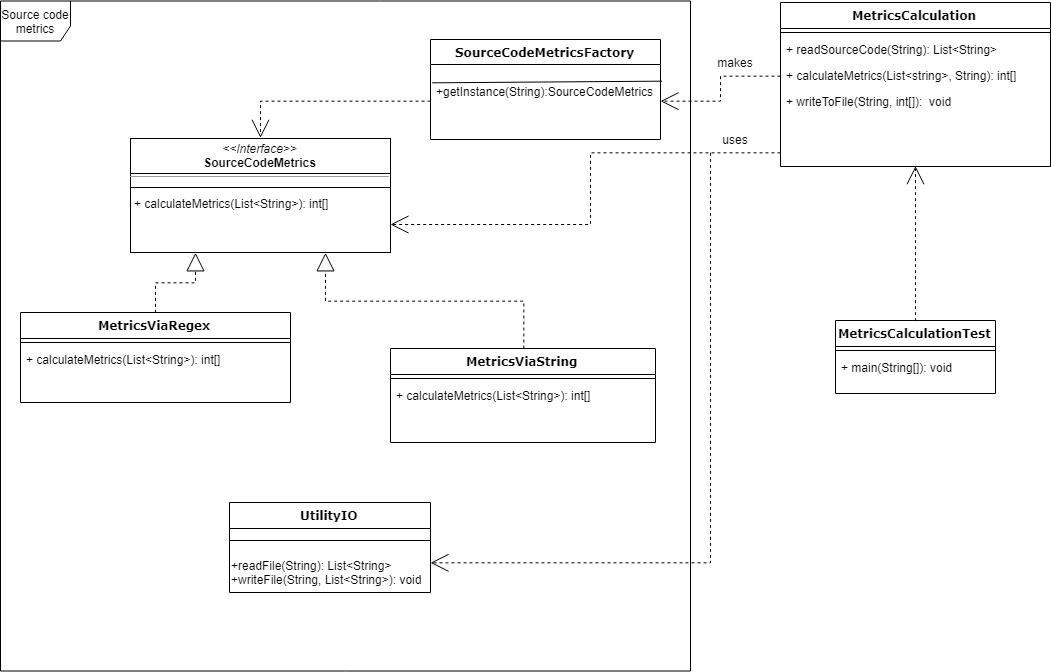
This is images/class_diagram.png from nantoniou/SEIP-Lab-Exercises, a draw.io export, as it was before one commit. Source tidied: cells renumbered, new cells last; positions are measured from the earlier drawing's top-left corner, leaving out a move shared by most shapes.
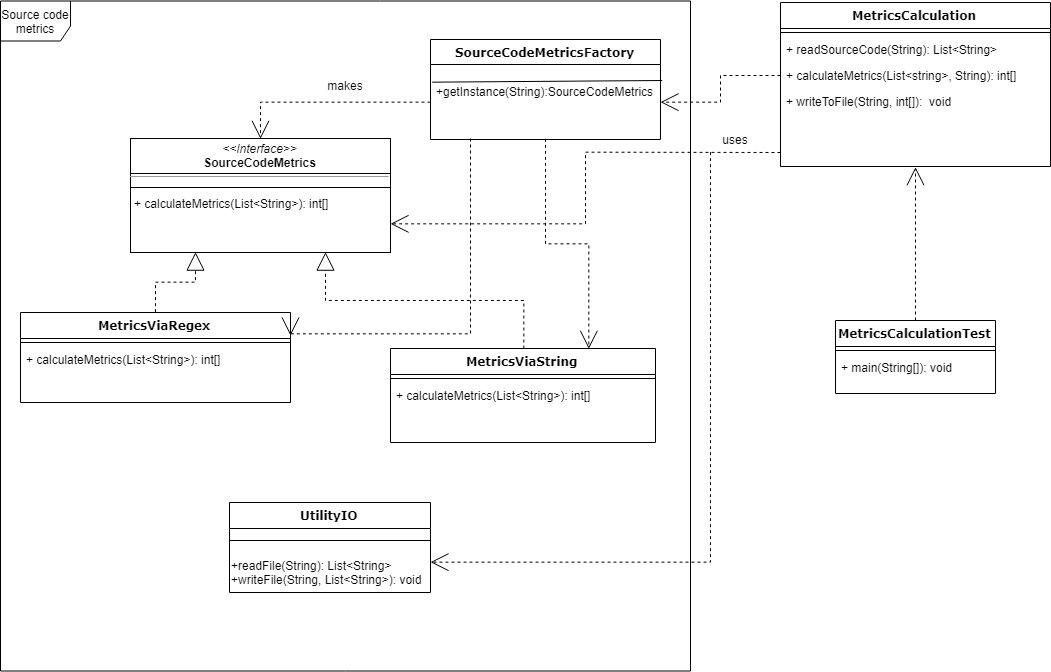
The same diagram one commit later.

Commit message:
Update class diagram

Diff of the diagram source:
```diff
@@ -101,17 +101,23 @@
     <mxCell id="32" style="edgeStyle=orthogonalEdgeStyle;rounded=0;html=1;dashed=1;labelBackgroundColor=none;startArrow=none;startFill=0;startSize=8;endArrow=open;endFill=0;endSize=16;fontFamily=Verdana;fontSize=12;entryX=1;entryY=0.75;entryDx=0;entryDy=0;" parent="1" edge="1" target="21">
       <mxGeometry relative="1" as="geometry">
         <mxPoint x="780" y="152" as="sourcePoint" />
-        <Array as="points">
-          <mxPoint x="590" y="152" />
-          <mxPoint x="590" y="224" />
-        </Array>
       </mxGeometry>
     </mxCell>
     <mxCell id="33" value="makes&lt;br&gt;" style="text;html=1;strokeColor=none;fillColor=none;align=center;verticalAlign=middle;whiteSpace=wrap;rounded=0;" parent="1" vertex="1">
-      <mxGeometry x="715" y="52" width="40" height="20" as="geometry" />
+      <mxGeometry x="325" y="75" width="40" height="20" as="geometry" />
     </mxCell>
     <mxCell id="34" value="uses" style="text;html=1;strokeColor=none;fillColor=none;align=center;verticalAlign=middle;whiteSpace=wrap;rounded=0;" parent="1" vertex="1">
       <mxGeometry x="710" y="129" width="50" height="20" as="geometry" />
     </mxCell>
+    <mxCell id="35" style="edgeStyle=orthogonalEdgeStyle;rounded=0;html=1;dashed=1;labelBackgroundColor=none;startArrow=none;startFill=0;startSize=8;endArrow=open;endFill=0;endSize=16;fontFamily=Verdana;fontSize=12;entryX=0.75;entryY=0;entryDx=0;entryDy=0;exitX=0.5;exitY=1.014;exitDx=0;exitDy=0;exitPerimeter=0;" parent="1" edge="1" source="27" target="18">
+      <mxGeometry relative="1" as="geometry" />
+    </mxCell>
+    <mxCell id="36" style="edgeStyle=orthogonalEdgeStyle;rounded=0;html=1;dashed=1;labelBackgroundColor=none;startArrow=none;startFill=0;startSize=8;endArrow=open;endFill=0;endSize=16;fontFamily=Verdana;fontSize=12;entryX=1;entryY=0.25;entryDx=0;entryDy=0;" parent="1" edge="1" source="27" target="3">
+      <mxGeometry relative="1" as="geometry">
+        <Array as="points">
+          <mxPoint x="470" y="334" />
+        </Array>
+      </mxGeometry>
+    </mxCell>
   </root>
 </mxGraphModel>
```
